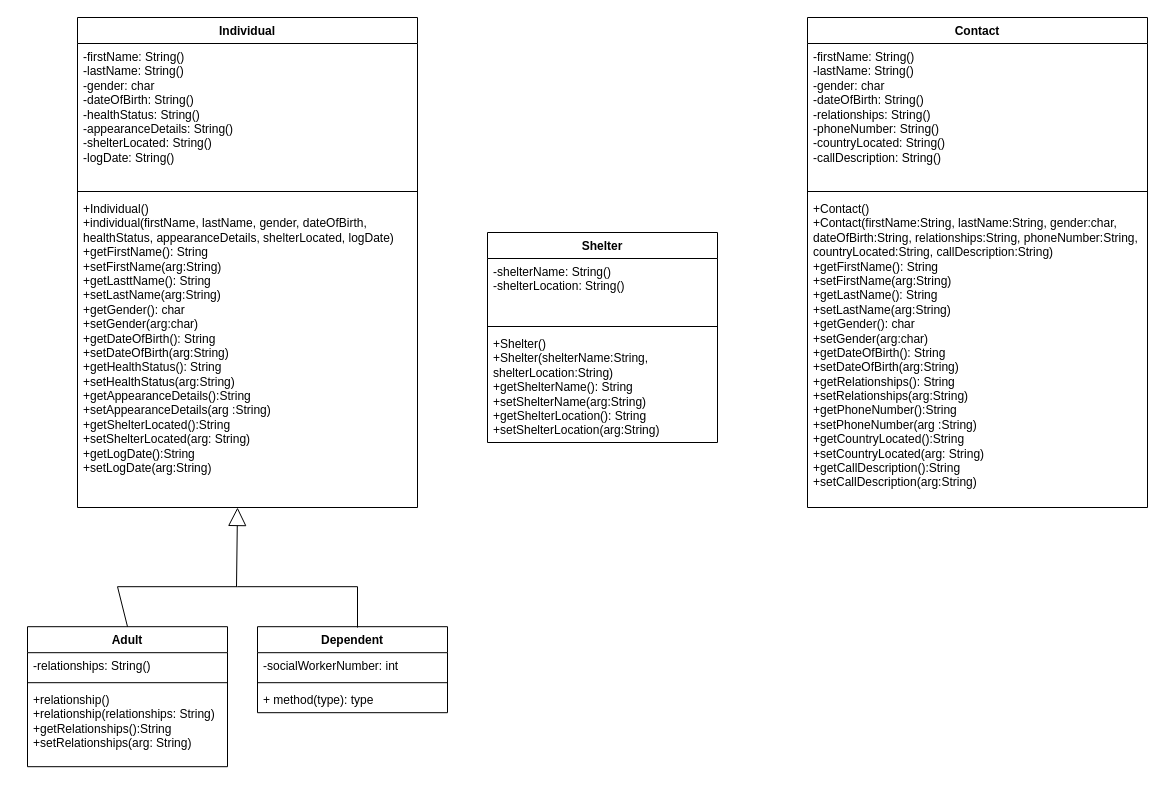
Above: disaster_recover_UML_25.drawio in ENSF-380-Group-25/Project-1 (draw.io), before the change. Source tidied: cells renumbered, new cells numbered last; positions are measured from the earlier drawing's top-left corner, leaving out a move shared by most shapes. Both pictures are drawn from the tidied source at 100%, with x=0, y=0 at pixel (27, 17).
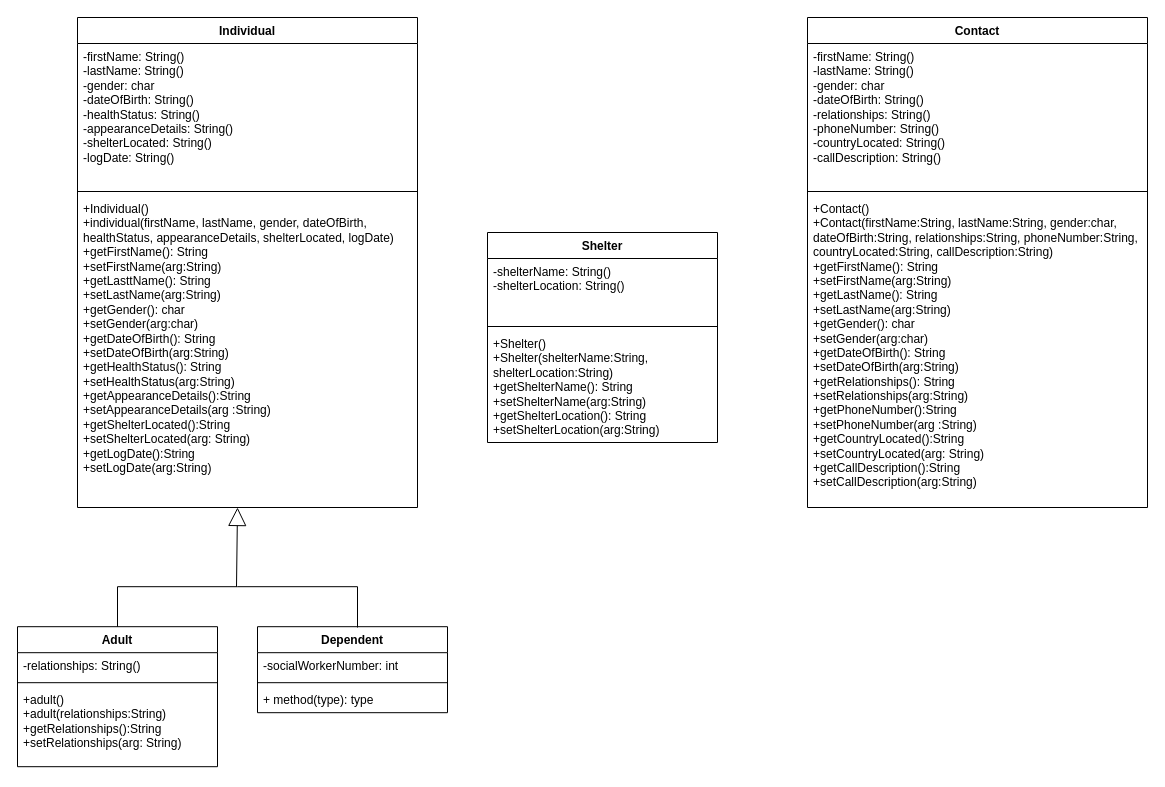
After the change.

What changed in the source:
```diff
@@
     <mxCell id="7" value="Adult" style="swimlane;fontStyle=1;align=center;verticalAlign=top;horizontal=1;startSize=26;whiteSpace=wrap;html=1;" parent="1" vertex="1">
-      <mxGeometry y="609.2" width="200" height="140" as="geometry" />
+      <mxGeometry x="-10" y="609.2" width="200" height="140" as="geometry" />
     </mxCell>
@@
-    <mxCell id="10" value="+relationship()&lt;div&gt;+relationship(relationships: String&lt;span style=&quot;background-color: transparent; color: light-dark(rgb(0, 0, 0), rgb(255, 255, 255));&quot;&gt;)&lt;/span&gt;&lt;/div&gt;&lt;div&gt;&lt;div&gt;+getRelationships():String&lt;div&gt;+setRelationships(arg: String)&lt;/div&gt;&lt;/div&gt;&lt;/div&gt;" style="text;strokeColor=none;fillColor=none;align=left;verticalAlign=top;spacingLeft=4;spacingRight=4;overflow=hidden;whiteSpace=wrap;html=1;" parent="7" vertex="1">
+    <mxCell id="10" value="+adult()&lt;div&gt;+adult(relationships:String&lt;span style=&quot;background-color: transparent; color: light-dark(rgb(0, 0, 0), rgb(255, 255, 255));&quot;&gt;)&lt;/span&gt;&lt;/div&gt;&lt;div&gt;&lt;div&gt;+getRelationships():String&lt;div&gt;+setRelationships(arg: String)&lt;/div&gt;&lt;/div&gt;&lt;/div&gt;" style="text;strokeColor=none;fillColor=none;align=left;verticalAlign=top;spacingLeft=4;spacingRight=4;overflow=hidden;whiteSpace=wrap;html=1;" parent="7" vertex="1">
       <mxGeometry y="60" width="200" height="80" as="geometry" />
     </mxCell>
```
